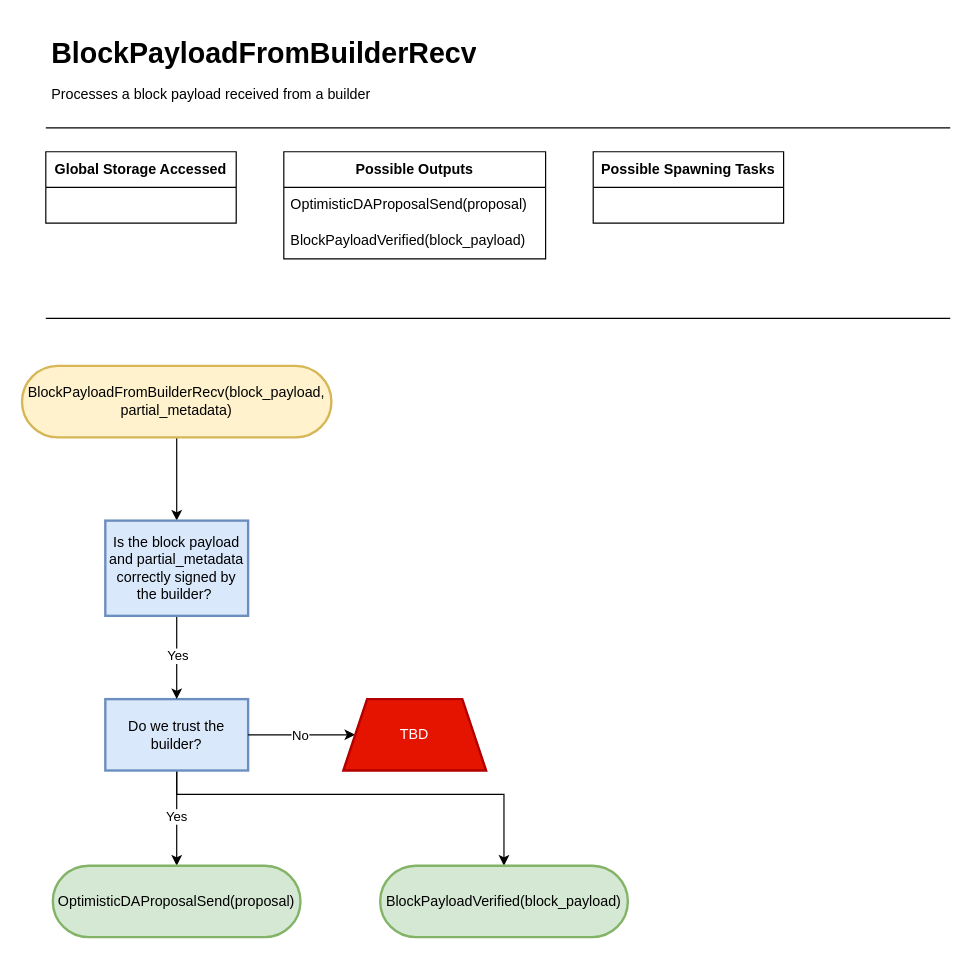
Earlier version of the draw.io diagram page "BlockPayloadFromBuilderRecv" (8 of 17) of docs/diagrams/HotShotFlow.drawio (EspressoSystems/HotShot). Source tidied: cells renumbered, new cells numbered last; positions are measured from the earlier drawing's top-left corner, leaving out a move shared by most shapes. Both pictures are drawn from the tidied source at 119%, with x=0, y=0 at pixel (21, 32).
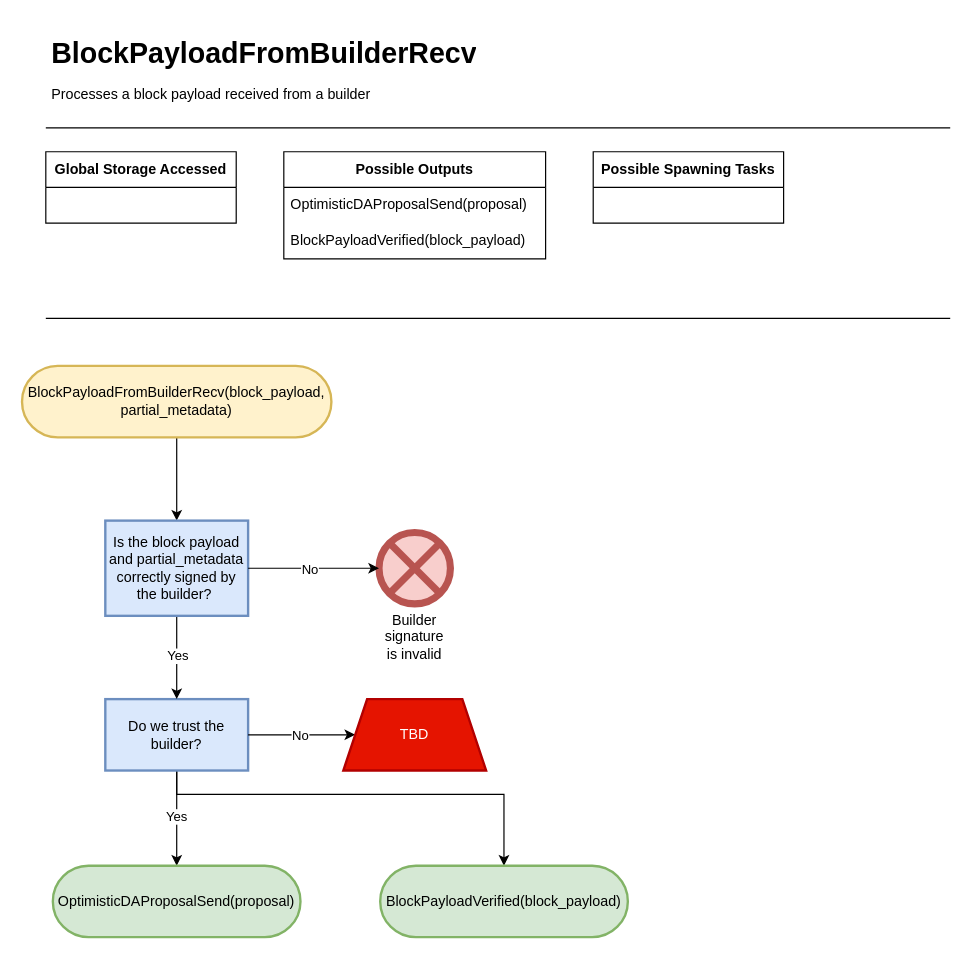
After the change.

The change refers to these unchanged cells:
```xml
<mxCell id="21" value="Is the block payload and partial_metadata correctly signed by the builder?&amp;nbsp;" style="whiteSpace=wrap;html=1;rounded=0;fillColor=#dae8fc;strokeColor=#6c8ebf;strokeWidth=2;" parent="1" vertex="1">
  <mxGeometry x="70" y="410" width="120" height="80" as="geometry" />
</mxCell>
```

Change to the diagram source:
```diff
@@
+    <mxCell id="24" value="Builder signature is invalid" style="whiteSpace=wrap;html=1;fillColor=#f8cecc;strokeColor=#b85450;rounded=1;arcSize=50;verticalLabelPosition=bottom;verticalAlign=top;shape=mxgraph.flowchart.or;strokeWidth=6;" parent="1" vertex="1">
+      <mxGeometry x="300" y="420" width="60" height="60" as="geometry" />
+    </mxCell>
+    <mxCell id="25" style="edgeStyle=orthogonalEdgeStyle;rounded=0;jettySize=auto;html=1;" parent="1" edge="1" source="21">
+      <mxGeometry relative="1" as="geometry">
+        <mxPoint x="300" y="450" as="targetPoint" />
+      </mxGeometry>
+    </mxCell>
+    <mxCell id="26" value="No" style="edgeLabel;html=1;align=center;verticalAlign=middle;" parent="25" vertex="1">
+      <mxGeometry x="-0.08" relative="1" as="geometry" />
+    </mxCell>
```
